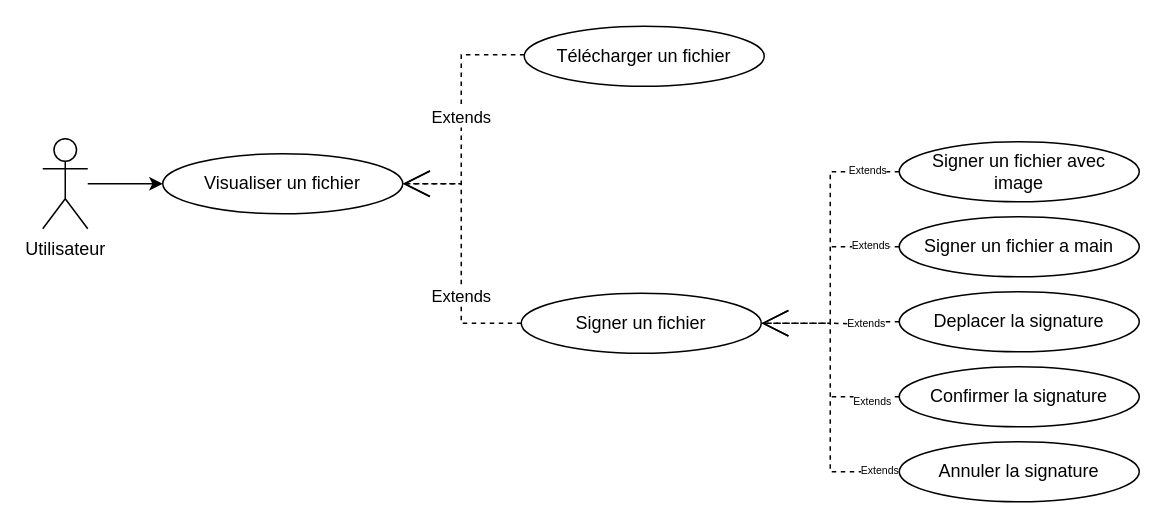
PFE-Neoledge-2023/rapport keeps this draw.io diagram as useCaseSprint4VisualiserSigner.drawio. Above is the earlier version. Source tidied: cells renumbered, new cells numbered last; positions are measured from the earlier drawing's top-left corner, leaving out a move shared by most shapes. Both pictures are drawn from the tidied source at 150%, with x=0, y=0 at pixel (42, 26).
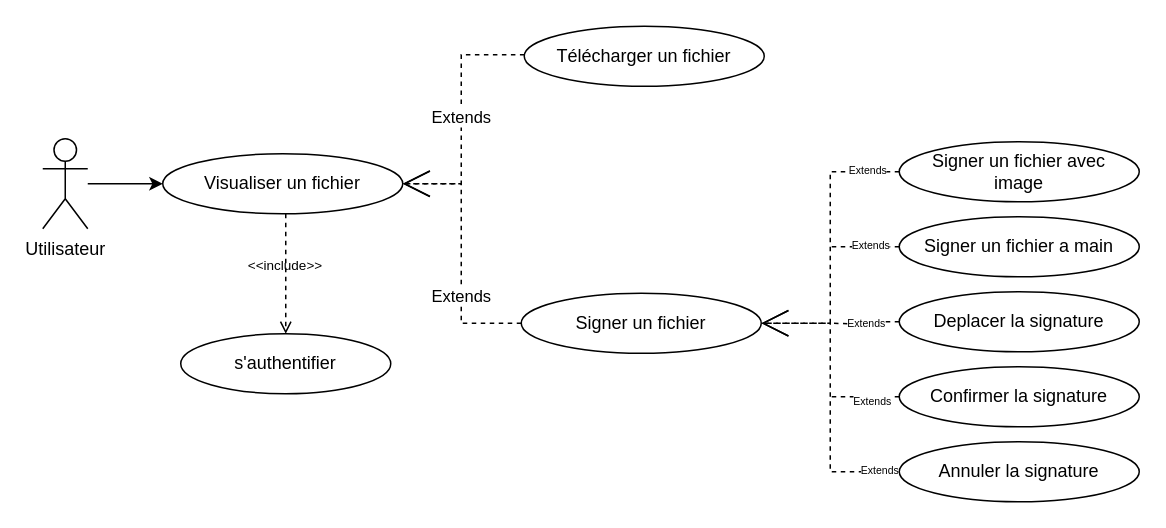
After the change.

Change to the diagram source:
```diff
@@
+    <mxCell id="19" style="group;" parent="1" vertex="1">
+      <mxGeometry x="92" y="125" width="140" height="120" as="geometry" />
+    </mxCell>
+    <mxCell id="20" style="edgeStyle=none;html=1;entryX=0.5;entryY=0;entryDx=0;entryDy=0;dashed=1;endArrow=open;endFill=0;" parent="19" edge="1" target="21">
+      <mxGeometry relative="1" as="geometry">
+        <mxPoint x="70" as="sourcePoint" />
+      </mxGeometry>
+    </mxCell>
+    <mxCell id="21" value="s'authentifier" style="ellipse;whiteSpace=wrap;html=1;" parent="19" vertex="1">
+      <mxGeometry y="80" width="140" height="40" as="geometry" />
+    </mxCell>
+    <mxCell id="22" value="&amp;lt;&amp;lt;include&amp;gt;&amp;gt;" style="text;html=1;strokeColor=none;fillColor=none;align=center;verticalAlign=middle;whiteSpace=wrap;rounded=0;fontSize=9;" parent="19" vertex="1">
+      <mxGeometry x="40" y="20" width="60" height="30" as="geometry" />
+    </mxCell>
```
